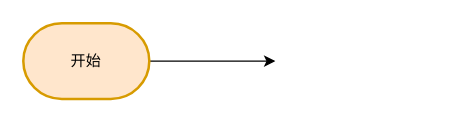
This is crm海慧订单通知.drawio from Jie33/draw, a draw.io file, before an edit. Source tidied: cells renumbered, new cells numbered last; positions are measured from the earlier drawing's top-left corner, leaving out a move shared by most shapes. Both pictures are drawn from the tidied source at 126%, with x=0, y=0 at pixel (23, 23).
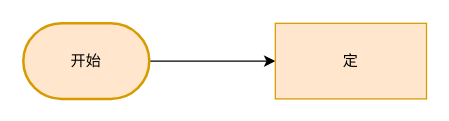
The same page after the edit.

Commit message (it also covers changes not shown here):
更新crm海慧订单通知.drawio

Change to the diagram source:
```diff
@@
 <mxGraphModel>
   <root>
     <mxCell id="0" />
     <mxCell id="1" parent="0" />
     <mxCell id="2" style="edgeStyle=orthogonalEdgeStyle;rounded=0;jettySize=auto;html=1;" parent="1" edge="1" source="3">
       <mxGeometry relative="1" as="geometry">
         <mxPoint x="200" y="30" as="targetPoint" />
       </mxGeometry>
     </mxCell>
     <mxCell id="3" value="开始" style="strokeWidth=2;html=1;shape=mxgraph.flowchart.terminator;whiteSpace=wrap;fillColor=#ffe6cc;strokeColor=#d79b00;" parent="1" vertex="1">
       <mxGeometry width="100" height="60" as="geometry" />
     </mxCell>
+    <mxCell id="4" value="定" style="rounded=0;whiteSpace=wrap;html=1;fillColor=#ffe6cc;strokeColor=#d79b00;" parent="1" vertex="1">
+      <mxGeometry x="200" width="120" height="60" as="geometry" />
+    </mxCell>
   </root>
 </mxGraphModel>
```
